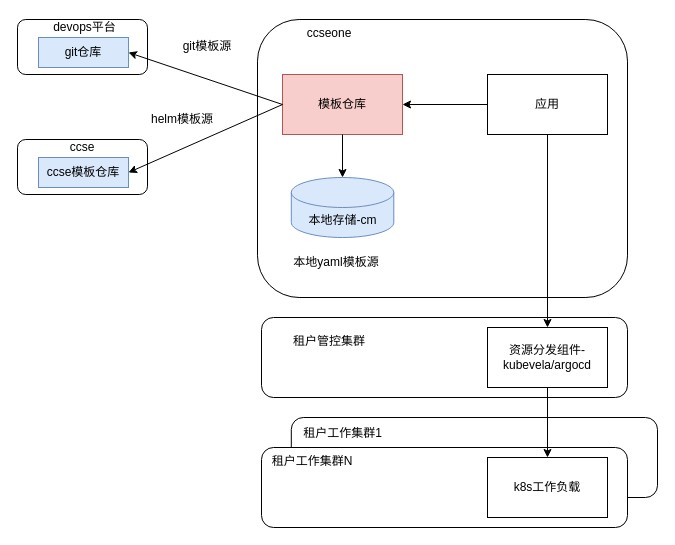
Before: drawio/zz.drawio in Tiny-VS-Lina/ccse, a draw.io diagram. Source tidied: cells renumbered, new cells numbered last; positions are measured from the earlier drawing's top-left corner, leaving out a move shared by most shapes. Both pictures are drawn from the tidied source at 100%, with x=0, y=0 at pixel (17, 17).
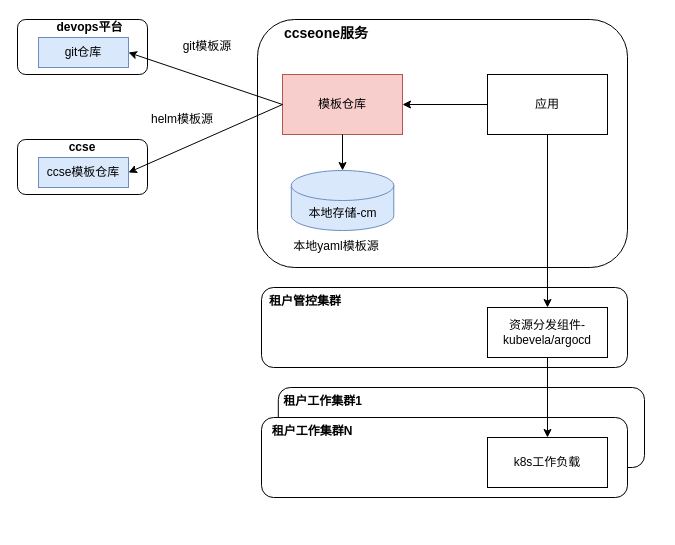
The same diagram, later.

The change refers to these unchanged cells:
```xml
<mxCell id="4" style="group;" parent="1" vertex="1">
  <mxGeometry width="130" height="57" as="geometry" />
</mxCell>
<mxCell id="8" style="group;" parent="1" vertex="1">
  <mxGeometry y="120" width="130" height="57" as="geometry" />
</mxCell>
```

Diff of the diagram source:
```diff
@@
     <mxCell id="2" style="rounded=1;whiteSpace=wrap;html=1;" parent="1" vertex="1">
-      <mxGeometry x="273.8" y="400" width="366.2" height="80" as="geometry" />
+      <mxGeometry x="260.8" y="370" width="366.2" height="80" as="geometry" />
     </mxCell>
     <mxCell id="3" style="rounded=1;whiteSpace=wrap;html=1;" parent="1" vertex="1">
-      <mxGeometry x="240" y="2" width="370" height="278" as="geometry" />
+      <mxGeometry x="240" y="2" width="370" height="248" as="geometry" />
     </mxCell>
@@
-    <mxCell id="7" value="devops平台" style="text;html=1;strokeColor=none;fillColor=none;align=center;verticalAlign=middle;whiteSpace=wrap;rounded=0;" parent="4" vertex="1">
-      <mxGeometry x="35" width="65" height="20" as="geometry" />
+    <mxCell id="7" value="devops平台" style="text;html=1;strokeColor=none;fillColor=none;align=center;verticalAlign=middle;whiteSpace=wrap;rounded=0;fontStyle=1;" parent="4" vertex="1">
+      <mxGeometry x="35" width="75" height="20" as="geometry" />
     </mxCell>
@@
-    <mxCell id="11" value="ccse" style="text;html=1;strokeColor=none;fillColor=none;align=center;verticalAlign=middle;whiteSpace=wrap;rounded=0;" parent="8" vertex="1">
+    <mxCell id="11" value="ccse" style="text;html=1;strokeColor=none;fillColor=none;align=center;verticalAlign=middle;whiteSpace=wrap;rounded=0;fontStyle=1;" parent="8" vertex="1">
       <mxGeometry x="35" width="60" height="20" as="geometry" />
     </mxCell>
@@
     <mxCell id="18" value="本地yaml模板源" style="text;html=1;strokeColor=none;fillColor=none;align=center;verticalAlign=middle;whiteSpace=wrap;rounded=0;" parent="1" vertex="1">
-      <mxGeometry x="273.8" y="230" width="90" height="30" as="geometry" />
+      <mxGeometry x="273.8" y="214" width="90" height="30" as="geometry" />
     </mxCell>
@@
     <mxCell id="21" value="本地存储-cm" style="shape=cylinder3;whiteSpace=wrap;html=1;boundedLbl=1;backgroundOutline=1;size=15;fillColor=#dae8fc;strokeColor=#6c8ebf;" parent="1" vertex="1">
-      <mxGeometry x="273.8" y="160" width="102.5" height="60" as="geometry" />
+      <mxGeometry x="273.8" y="153" width="102.5" height="60" as="geometry" />
     </mxCell>
-    <mxCell id="22" value="ccseone" style="text;html=1;strokeColor=none;fillColor=none;align=center;verticalAlign=middle;whiteSpace=wrap;rounded=0;" parent="1" vertex="1">
-      <mxGeometry x="274" y="2" width="76" height="28" as="geometry" />
+    <mxCell id="22" value="&lt;b style=&quot;font-size: 14px;&quot;&gt;ccseone服务&lt;/b&gt;" style="text;html=1;strokeColor=none;fillColor=none;align=center;verticalAlign=middle;whiteSpace=wrap;rounded=0;fontSize=14;" parent="1" vertex="1">
+      <mxGeometry x="260.8" y="2" width="96" height="28" as="geometry" />
     </mxCell>
     <mxCell id="23" style="rounded=1;whiteSpace=wrap;html=1;" parent="1" vertex="1">
-      <mxGeometry x="244" y="300" width="366" height="80" as="geometry" />
+      <mxGeometry x="244" y="270" width="366" height="80" as="geometry" />
     </mxCell>
     <mxCell id="24" value="资源分发组件-kubevela/argocd" style="rounded=0;whiteSpace=wrap;html=1;" parent="1" vertex="1">
-      <mxGeometry x="470" y="310" width="120" height="60" as="geometry" />
+      <mxGeometry x="470" y="290" width="120" height="50" as="geometry" />
     </mxCell>
-    <mxCell id="25" value="租户管控集群" style="text;html=1;strokeColor=none;fillColor=none;align=center;verticalAlign=middle;whiteSpace=wrap;rounded=0;" parent="1" vertex="1">
-      <mxGeometry x="274" y="310" width="76" height="28" as="geometry" />
+    <mxCell id="25" value="租户管控集群" style="text;html=1;strokeColor=none;fillColor=none;align=center;verticalAlign=middle;whiteSpace=wrap;rounded=0;fontStyle=1;" parent="1" vertex="1">
+      <mxGeometry x="250" y="270" width="76" height="28" as="geometry" />
     </mxCell>
     <mxCell id="26" style="rounded=1;whiteSpace=wrap;html=1;" parent="1" vertex="1">
-      <mxGeometry x="244" y="430" width="366" height="80" as="geometry" />
+      <mxGeometry x="244" y="400" width="366" height="80" as="geometry" />
     </mxCell>
     <mxCell id="27" value="k8s工作负载" style="rounded=0;whiteSpace=wrap;html=1;" parent="1" vertex="1">
-      <mxGeometry x="470" y="440" width="120" height="60" as="geometry" />
+      <mxGeometry x="470" y="420" width="120" height="50" as="geometry" />
     </mxCell>
-    <mxCell id="28" value="租户工作集群1" style="text;html=1;strokeColor=none;fillColor=none;align=center;verticalAlign=middle;whiteSpace=wrap;rounded=0;" parent="1" vertex="1">
-      <mxGeometry x="280.8" y="402" width="89.2" height="28" as="geometry" />
+    <mxCell id="28" value="&lt;b&gt;租户工作集群1&lt;/b&gt;" style="text;html=1;strokeColor=none;fillColor=none;align=center;verticalAlign=middle;whiteSpace=wrap;rounded=0;" parent="1" vertex="1">
+      <mxGeometry x="260.8" y="370" width="89.2" height="28" as="geometry" />
     </mxCell>
-    <mxCell id="29" value="租户工作集群N" style="text;html=1;strokeColor=none;fillColor=none;align=center;verticalAlign=middle;whiteSpace=wrap;rounded=0;" parent="1" vertex="1">
-      <mxGeometry x="250" y="430" width="90" height="28" as="geometry" />
+    <mxCell id="29" value="租户工作集群N" style="text;html=1;strokeColor=none;fillColor=none;align=center;verticalAlign=middle;whiteSpace=wrap;rounded=0;fontStyle=1;" parent="1" vertex="1">
+      <mxGeometry x="250" y="400" width="90" height="28" as="geometry" />
     </mxCell>
```
